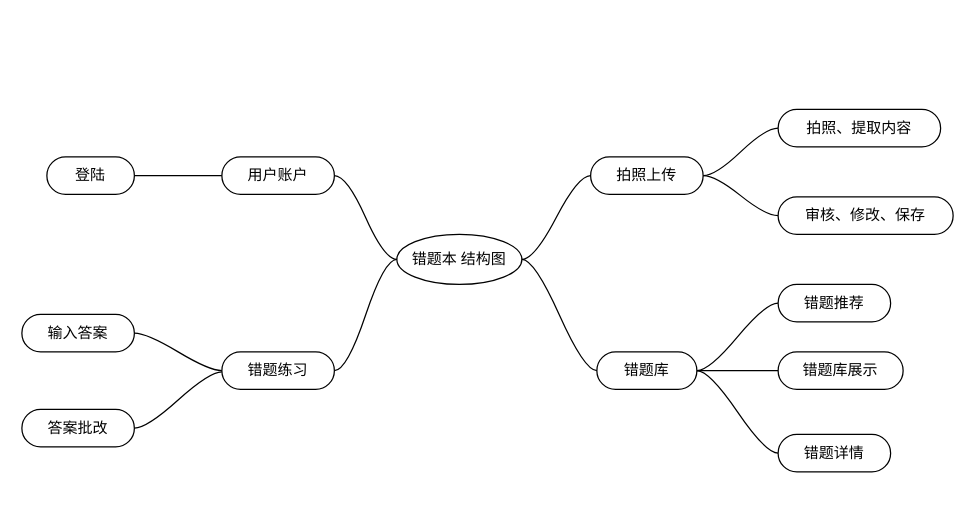
Earlier version of the draw.io diagram page "Function Structure Diagram" (1 of 3) of Diagram/ Error Book Diagram.drawio (RickYangzz/AI_Education). Source tidied: cells renumbered, new cells numbered last; positions are measured from the earlier drawing's top-left corner, leaving out a move shared by most shapes. Both pictures are drawn from the tidied source at 125%, with x=0, y=0 at pixel (21, 109).
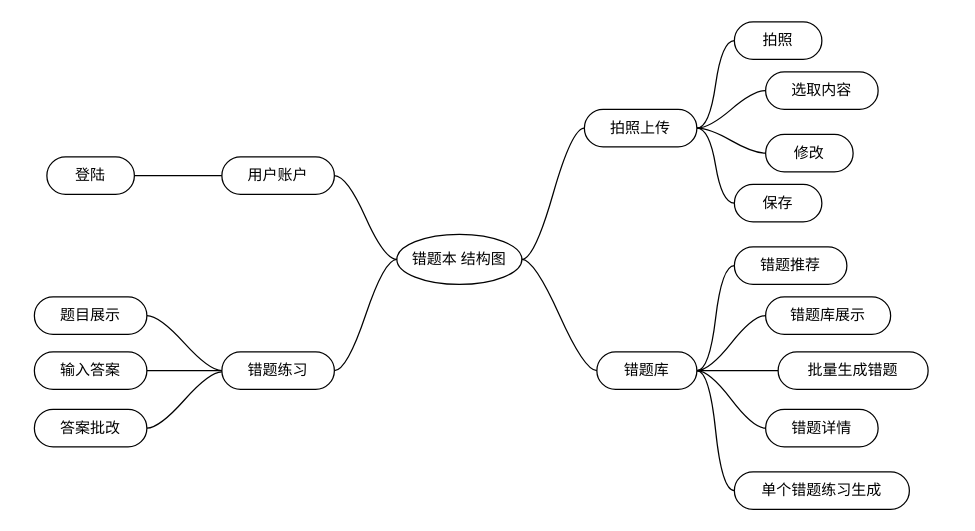
After the change.

Commit message:
feat: Product Structure Diagram

The change refers to these unchanged cells:
```xml
<mxCell id="10" value="错题库" style="whiteSpace=wrap;html=1;rounded=1;arcSize=50;align=center;verticalAlign=middle;strokeWidth=1;spacing=4;newEdgeStyle={&quot;edgeStyle&quot;:&quot;entityRelationEdgeStyle&quot;,&quot;startArrow&quot;:&quot;none&quot;,&quot;endArrow&quot;:&quot;none&quot;,&quot;segment&quot;:10,&quot;curved&quot;:1,&quot;sourcePerimeterSpacing&quot;:0,&quot;targetPerimeterSpacing&quot;:0};" parent="1" vertex="1">
  <mxGeometry x="460" y="194" width="80" height="30" as="geometry" />
</mxCell>
<mxCell id="17" value="错题练习" style="whiteSpace=wrap;html=1;rounded=1;arcSize=50;align=center;verticalAlign=middle;strokeWidth=1;spacing=4;newEdgeStyle={&quot;edgeStyle&quot;:&quot;entityRelationEdgeStyle&quot;,&quot;startArrow&quot;:&quot;none&quot;,&quot;endArrow&quot;:&quot;none&quot;,&quot;segment&quot;:10,&quot;curved&quot;:1,&quot;sourcePerimeterSpacing&quot;:0,&quot;targetPerimeterSpacing&quot;:0};" parent="1" vertex="1">
  <mxGeometry x="160" y="194" width="90" height="30" as="geometry" />
</mxCell>
```

Diff of the diagram source:
```diff
@@
+    <mxCell id="27" style="edgeStyle=entityRelationEdgeStyle;rounded=0;jettySize=auto;html=1;startArrow=none;endArrow=none;segment=10;curved=1;sourcePerimeterSpacing=0;targetPerimeterSpacing=0;entryX=0;entryY=0.5;entryDx=0;entryDy=0;" parent="1" edge="1" source="6" target="34">
+      <mxGeometry relative="1" as="geometry" />
+    </mxCell>
+    <mxCell id="28" style="edgeStyle=entityRelationEdgeStyle;rounded=0;jettySize=auto;html=1;startArrow=none;endArrow=none;segment=10;curved=1;sourcePerimeterSpacing=0;targetPerimeterSpacing=0;entryX=0;entryY=0.5;entryDx=0;entryDy=0;" parent="1" edge="1" source="6" target="35">
+      <mxGeometry relative="1" as="geometry" />
+    </mxCell>
     <mxCell id="6" value="拍照上传" style="whiteSpace=wrap;html=1;rounded=1;arcSize=50;align=center;verticalAlign=middle;strokeWidth=1;spacing=4;newEdgeStyle={&quot;edgeStyle&quot;:&quot;entityRelationEdgeStyle&quot;,&quot;startArrow&quot;:&quot;none&quot;,&quot;endArrow&quot;:&quot;none&quot;,&quot;segment&quot;:10,&quot;curved&quot;:1,&quot;sourcePerimeterSpacing&quot;:0,&quot;targetPerimeterSpacing&quot;:0};" parent="1" vertex="1">
-      <mxGeometry x="455" y="38" width="90" height="30" as="geometry" />
+      <mxGeometry x="450" width="90" height="30" as="geometry" />
     </mxCell>
@@
+    <mxCell id="29" style="edgeStyle=entityRelationEdgeStyle;rounded=0;jettySize=auto;html=1;startArrow=none;endArrow=none;segment=10;curved=1;sourcePerimeterSpacing=0;targetPerimeterSpacing=0;entryX=0;entryY=0.5;entryDx=0;entryDy=0;" parent="1" edge="1" source="10" target="32">
+      <mxGeometry relative="1" as="geometry" />
+    </mxCell>
+    <mxCell id="30" style="edgeStyle=entityRelationEdgeStyle;rounded=0;jettySize=auto;html=1;startArrow=none;endArrow=none;segment=10;curved=1;sourcePerimeterSpacing=0;targetPerimeterSpacing=0;entryX=0;entryY=0.5;entryDx=0;entryDy=0;" parent="1" edge="1" source="10" target="33">
+      <mxGeometry relative="1" as="geometry" />
+    </mxCell>
@@
+    <mxCell id="31" style="edgeStyle=entityRelationEdgeStyle;rounded=0;jettySize=auto;html=1;startArrow=none;endArrow=none;segment=10;curved=1;sourcePerimeterSpacing=0;targetPerimeterSpacing=0;entryX=1;entryY=0.5;entryDx=0;entryDy=0;" parent="1" edge="1" source="17" target="36">
+      <mxGeometry relative="1" as="geometry" />
+    </mxCell>
@@
     <mxCell id="18" value="错题推荐" style="whiteSpace=wrap;html=1;rounded=1;arcSize=50;align=center;verticalAlign=middle;strokeWidth=1;spacing=4;newEdgeStyle={&quot;edgeStyle&quot;:&quot;entityRelationEdgeStyle&quot;,&quot;startArrow&quot;:&quot;none&quot;,&quot;endArrow&quot;:&quot;none&quot;,&quot;segment&quot;:10,&quot;curved&quot;:1,&quot;sourcePerimeterSpacing&quot;:0,&quot;targetPerimeterSpacing&quot;:0};" parent="1" vertex="1">
-      <mxGeometry x="605" y="140" width="90" height="30" as="geometry" />
+      <mxGeometry x="570" y="110" width="90" height="30" as="geometry" />
     </mxCell>
     <mxCell id="19" value="错题库展示" style="whiteSpace=wrap;html=1;rounded=1;arcSize=50;align=center;verticalAlign=middle;strokeWidth=1;spacing=4;newEdgeStyle={&quot;edgeStyle&quot;:&quot;entityRelationEdgeStyle&quot;,&quot;startArrow&quot;:&quot;none&quot;,&quot;endArrow&quot;:&quot;none&quot;,&quot;segment&quot;:10,&quot;curved&quot;:1,&quot;sourcePerimeterSpacing&quot;:0,&quot;targetPerimeterSpacing&quot;:0};" parent="1" vertex="1">
-      <mxGeometry x="605" y="194" width="100" height="30" as="geometry" />
+      <mxGeometry x="595" y="150" width="100" height="30" as="geometry" />
     </mxCell>
     <mxCell id="20" value="错题详情" style="whiteSpace=wrap;html=1;rounded=1;arcSize=50;align=center;verticalAlign=middle;strokeWidth=1;spacing=4;newEdgeStyle={&quot;edgeStyle&quot;:&quot;entityRelationEdgeStyle&quot;,&quot;startArrow&quot;:&quot;none&quot;,&quot;endArrow&quot;:&quot;none&quot;,&quot;segment&quot;:10,&quot;curved&quot;:1,&quot;sourcePerimeterSpacing&quot;:0,&quot;targetPerimeterSpacing&quot;:0};" parent="1" vertex="1">
-      <mxGeometry x="605" y="260" width="90" height="30" as="geometry" />
+      <mxGeometry x="595" y="240" width="90" height="30" as="geometry" />
     </mxCell>
-    <mxCell id="21" value="拍照、提取内容" style="whiteSpace=wrap;html=1;rounded=1;arcSize=50;align=center;verticalAlign=middle;strokeWidth=1;spacing=4;newEdgeStyle={&quot;edgeStyle&quot;:&quot;entityRelationEdgeStyle&quot;,&quot;startArrow&quot;:&quot;none&quot;,&quot;endArrow&quot;:&quot;none&quot;,&quot;segment&quot;:10,&quot;curved&quot;:1,&quot;sourcePerimeterSpacing&quot;:0,&quot;targetPerimeterSpacing&quot;:0};" parent="1" vertex="1">
-      <mxGeometry x="605" width="130" height="30" as="geometry" />
+    <mxCell id="21" value="拍照" style="whiteSpace=wrap;html=1;rounded=1;arcSize=50;align=center;verticalAlign=middle;strokeWidth=1;spacing=4;newEdgeStyle={&quot;edgeStyle&quot;:&quot;entityRelationEdgeStyle&quot;,&quot;startArrow&quot;:&quot;none&quot;,&quot;endArrow&quot;:&quot;none&quot;,&quot;segment&quot;:10,&quot;curved&quot;:1,&quot;sourcePerimeterSpacing&quot;:0,&quot;targetPerimeterSpacing&quot;:0};" parent="1" vertex="1">
+      <mxGeometry x="570" y="-70" width="70" height="30" as="geometry" />
     </mxCell>
-    <mxCell id="22" value="审核、修改、保存" style="whiteSpace=wrap;html=1;rounded=1;arcSize=50;align=center;verticalAlign=middle;strokeWidth=1;spacing=4;newEdgeStyle={&quot;edgeStyle&quot;:&quot;entityRelationEdgeStyle&quot;,&quot;startArrow&quot;:&quot;none&quot;,&quot;endArrow&quot;:&quot;none&quot;,&quot;segment&quot;:10,&quot;curved&quot;:1,&quot;sourcePerimeterSpacing&quot;:0,&quot;targetPerimeterSpacing&quot;:0};" parent="1" vertex="1">
-      <mxGeometry x="605" y="70" width="140" height="30" as="geometry" />
+    <mxCell id="22" value="修改" style="whiteSpace=wrap;html=1;rounded=1;arcSize=50;align=center;verticalAlign=middle;strokeWidth=1;spacing=4;newEdgeStyle={&quot;edgeStyle&quot;:&quot;entityRelationEdgeStyle&quot;,&quot;startArrow&quot;:&quot;none&quot;,&quot;endArrow&quot;:&quot;none&quot;,&quot;segment&quot;:10,&quot;curved&quot;:1,&quot;sourcePerimeterSpacing&quot;:0,&quot;targetPerimeterSpacing&quot;:0};" parent="1" vertex="1">
+      <mxGeometry x="595" y="20" width="70" height="30" as="geometry" />
     </mxCell>
@@
     <mxCell id="24" value="答案批改" style="whiteSpace=wrap;html=1;rounded=1;arcSize=50;align=center;verticalAlign=middle;strokeWidth=1;spacing=4;newEdgeStyle={&quot;edgeStyle&quot;:&quot;entityRelationEdgeStyle&quot;,&quot;startArrow&quot;:&quot;none&quot;,&quot;endArrow&quot;:&quot;none&quot;,&quot;segment&quot;:10,&quot;curved&quot;:1,&quot;sourcePerimeterSpacing&quot;:0,&quot;targetPerimeterSpacing&quot;:0};" parent="1" vertex="1">
-      <mxGeometry y="240" width="90" height="30" as="geometry" />
+      <mxGeometry x="10" y="240" width="90" height="30" as="geometry" />
     </mxCell>
@@
     <mxCell id="26" value="输入答案" style="whiteSpace=wrap;html=1;rounded=1;arcSize=50;align=center;verticalAlign=middle;strokeWidth=1;spacing=4;newEdgeStyle={&quot;edgeStyle&quot;:&quot;entityRelationEdgeStyle&quot;,&quot;startArrow&quot;:&quot;none&quot;,&quot;endArrow&quot;:&quot;none&quot;,&quot;segment&quot;:10,&quot;curved&quot;:1,&quot;sourcePerimeterSpacing&quot;:0,&quot;targetPerimeterSpacing&quot;:0};" parent="1" vertex="1">
-      <mxGeometry y="164" width="90" height="30" as="geometry" />
+      <mxGeometry x="10" y="194" width="90" height="30" as="geometry" />
     </mxCell>
+    <mxCell id="32" value="单个错题练习生成" style="whiteSpace=wrap;html=1;rounded=1;arcSize=50;align=center;verticalAlign=middle;strokeWidth=1;spacing=4;newEdgeStyle={&quot;edgeStyle&quot;:&quot;entityRelationEdgeStyle&quot;,&quot;startArrow&quot;:&quot;none&quot;,&quot;endArrow&quot;:&quot;none&quot;,&quot;segment&quot;:10,&quot;curved&quot;:1,&quot;sourcePerimeterSpacing&quot;:0,&quot;targetPerimeterSpacing&quot;:0};" parent="1" vertex="1">
+      <mxGeometry x="570" y="290" width="140" height="30" as="geometry" />
+    </mxCell>
+    <mxCell id="33" value="批量生成错题" style="whiteSpace=wrap;html=1;rounded=1;arcSize=50;align=center;verticalAlign=middle;strokeWidth=1;spacing=4;newEdgeStyle={&quot;edgeStyle&quot;:&quot;entityRelationEdgeStyle&quot;,&quot;startArrow&quot;:&quot;none&quot;,&quot;endArrow&quot;:&quot;none&quot;,&quot;segment&quot;:10,&quot;curved&quot;:1,&quot;sourcePerimeterSpacing&quot;:0,&quot;targetPerimeterSpacing&quot;:0};" parent="1" vertex="1">
+      <mxGeometry x="605" y="194" width="120" height="30" as="geometry" />
+    </mxCell>
+    <mxCell id="34" value="选取内容" style="whiteSpace=wrap;html=1;rounded=1;arcSize=50;align=center;verticalAlign=middle;strokeWidth=1;spacing=4;newEdgeStyle={&quot;edgeStyle&quot;:&quot;entityRelationEdgeStyle&quot;,&quot;startArrow&quot;:&quot;none&quot;,&quot;endArrow&quot;:&quot;none&quot;,&quot;segment&quot;:10,&quot;curved&quot;:1,&quot;sourcePerimeterSpacing&quot;:0,&quot;targetPerimeterSpacing&quot;:0};" parent="1" vertex="1">
+      <mxGeometry x="595" y="-30" width="90" height="30" as="geometry" />
+    </mxCell>
+    <mxCell id="35" value="保存" style="whiteSpace=wrap;html=1;rounded=1;arcSize=50;align=center;verticalAlign=middle;strokeWidth=1;spacing=4;newEdgeStyle={&quot;edgeStyle&quot;:&quot;entityRelationEdgeStyle&quot;,&quot;startArrow&quot;:&quot;none&quot;,&quot;endArrow&quot;:&quot;none&quot;,&quot;segment&quot;:10,&quot;curved&quot;:1,&quot;sourcePerimeterSpacing&quot;:0,&quot;targetPerimeterSpacing&quot;:0};" parent="1" vertex="1">
+      <mxGeometry x="570" y="60" width="70" height="30" as="geometry" />
+    </mxCell>
+    <mxCell id="36" value="题目展示" style="whiteSpace=wrap;html=1;rounded=1;arcSize=50;align=center;verticalAlign=middle;strokeWidth=1;spacing=4;newEdgeStyle={&quot;edgeStyle&quot;:&quot;entityRelationEdgeStyle&quot;,&quot;startArrow&quot;:&quot;none&quot;,&quot;endArrow&quot;:&quot;none&quot;,&quot;segment&quot;:10,&quot;curved&quot;:1,&quot;sourcePerimeterSpacing&quot;:0,&quot;targetPerimeterSpacing&quot;:0};" parent="1" vertex="1">
+      <mxGeometry x="10" y="150" width="90" height="30" as="geometry" />
+    </mxCell>
```
